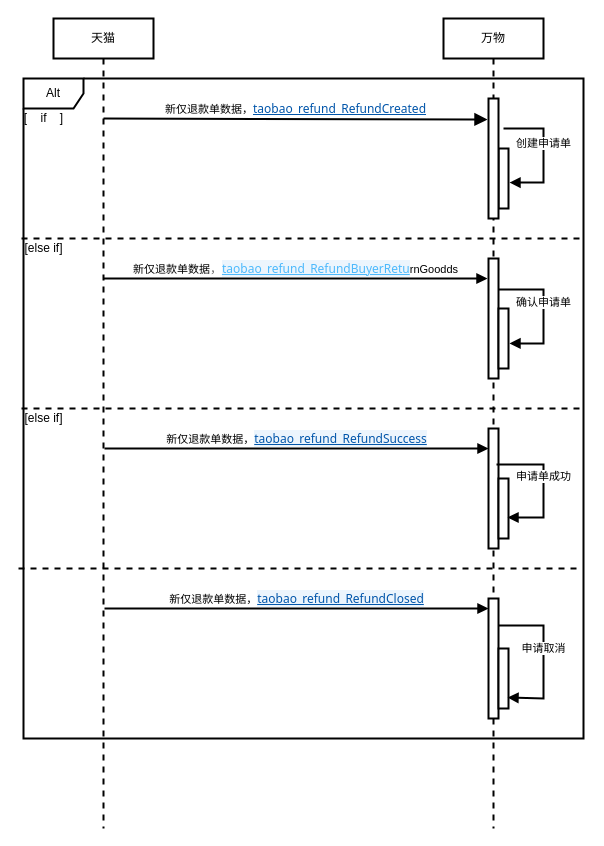
srcrs/draw-static keeps this draw.io diagram as 仅退款时序图.drawio. Above is the earlier version. Source tidied: cells renumbered, new cells numbered last; positions are measured from the earlier drawing's top-left corner, leaving out a move shared by most shapes. Both pictures are drawn from the tidied source at 100%, with x=0, y=0 at pixel (18, 18).
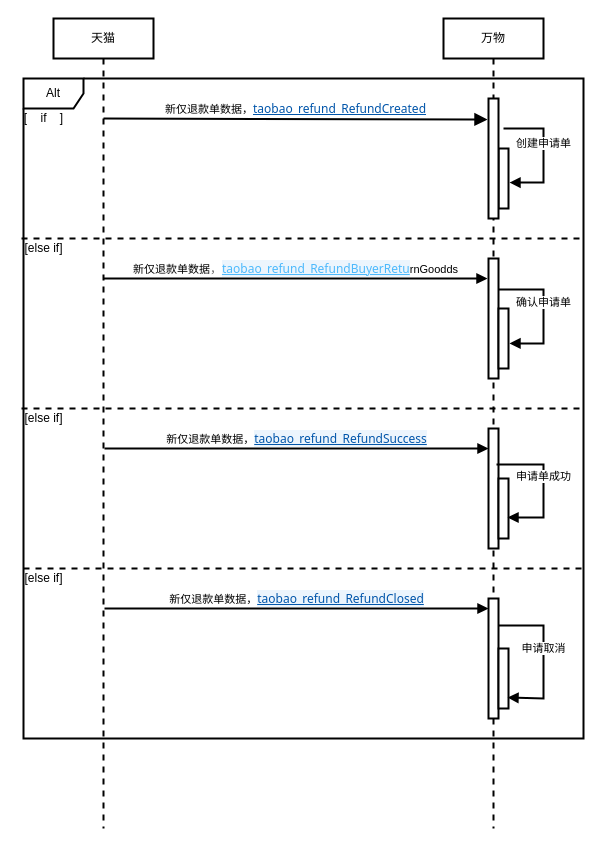
Above is the later version.

Commit message:
更新仅退款时序图.drawio

What changed in the source:
```diff
@@
     <mxCell id="22" style="endArrow=none;endSize=12;dashed=1;html=1;strokeWidth=2;endFill=0;" parent="1" edge="1">
       <mxGeometry relative="1" as="geometry">
-        <mxPoint y="550" as="sourcePoint" />
-        <mxPoint x="562" y="550" as="targetPoint" />
+        <mxPoint x="5" y="550" as="sourcePoint" />
+        <mxPoint x="567" y="550" as="targetPoint" />
       </mxGeometry>
     </mxCell>
@@
+    <mxCell id="27" value="[else if]" style="text;html=1;align=center;verticalAlign=middle;strokeColor=none;" parent="1" vertex="1">
+      <mxGeometry y="550" width="50" height="20" as="geometry" />
+    </mxCell>
```
